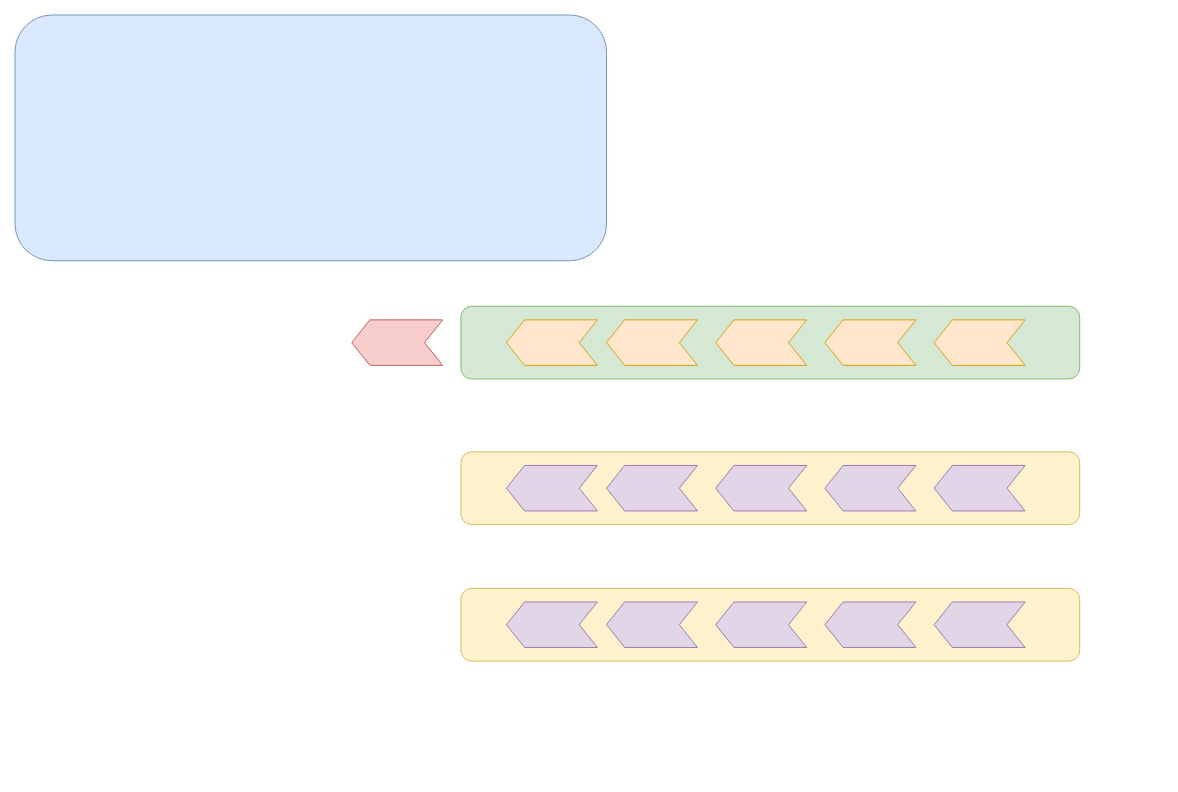
The draw.io diagram src/AQS.drawio in Cygnus-Chen/draw.io, before the edit. Source tidied: cells renumbered, new cells numbered last; positions are measured from the earlier drawing's top-left corner, leaving out a move shared by most shapes. Both pictures are drawn from the tidied source at 91%, with x=0, y=0 at pixel (15, 15).
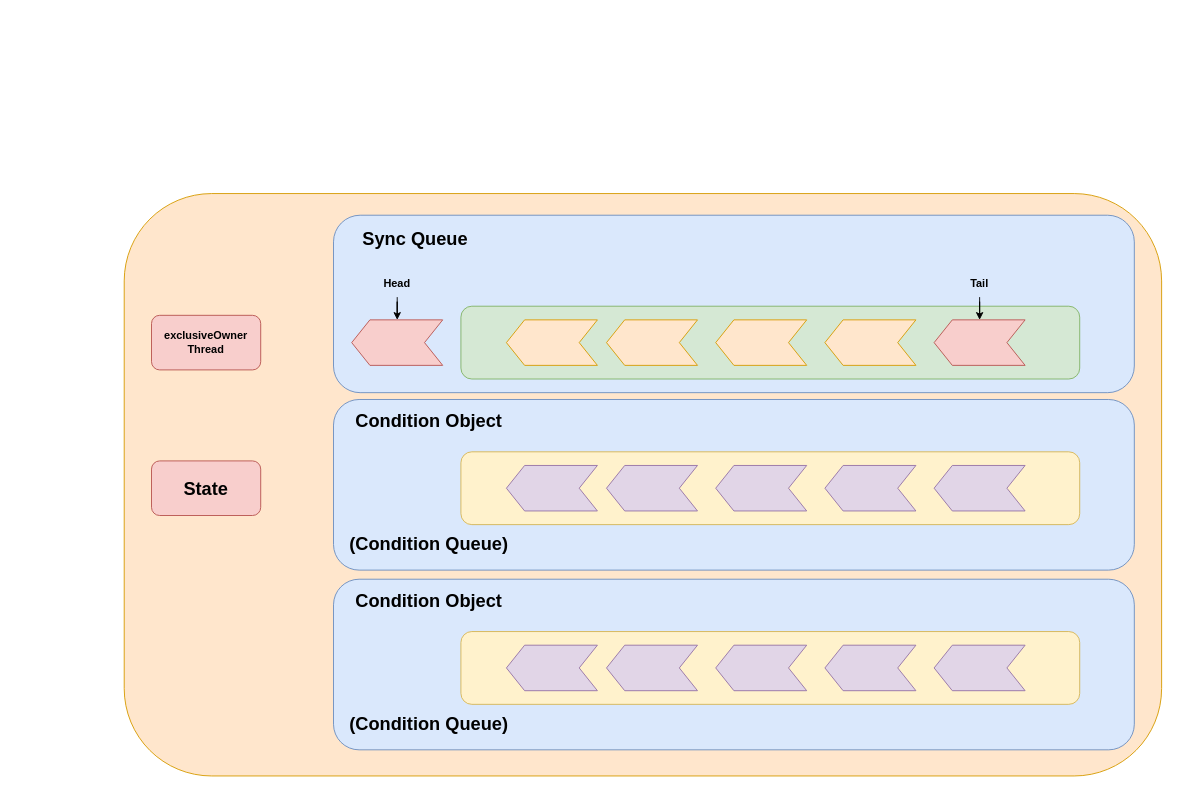
The same page after the edit.

Unchanged cells that the change refers to:
```xml
<mxCell id="9" style="shape=step;perimeter=stepPerimeter;whiteSpace=wrap;html=1;fixedSize=1;direction=west;fillColor=#f8cecc;strokeColor=#b85450;" parent="1" vertex="1">
  <mxGeometry x="370" y="335" width="100" height="50" as="geometry" />
</mxCell>
```

The edit, as a diff of the source:
```diff
@@
+    <mxCell id="22" style="rounded=1;whiteSpace=wrap;html=1;fillColor=#ffe6cc;strokeColor=#d79b00;" parent="1" vertex="1">
+      <mxGeometry x="120" y="196.2" width="1140" height="640" as="geometry" />
+    </mxCell>
+    <mxCell id="23" style="rounded=1;whiteSpace=wrap;html=1;fillColor=#dae8fc;strokeColor=#6c8ebf;" parent="1" vertex="1">
+      <mxGeometry x="350" y="422.5" width="880" height="187.5" as="geometry" />
+    </mxCell>
     <mxCell id="2" style="rounded=1;whiteSpace=wrap;html=1;fillColor=#dae8fc;strokeColor=#6c8ebf;" parent="1" vertex="1">
-      <mxGeometry width="650" height="270" as="geometry" />
+      <mxGeometry x="350" y="220" width="880" height="195" as="geometry" />
     </mxCell>
@@
-    <mxCell id="8" style="shape=step;perimeter=stepPerimeter;whiteSpace=wrap;html=1;fixedSize=1;direction=west;fillColor=#ffe6cc;strokeColor=#d79b00;" parent="1" vertex="1">
+    <mxCell id="8" style="shape=step;perimeter=stepPerimeter;whiteSpace=wrap;html=1;fixedSize=1;direction=west;fillColor=#f8cecc;strokeColor=#b85450;" parent="1" vertex="1">
       <mxGeometry x="1010" y="335" width="100" height="50" as="geometry" />
     </mxCell>
@@
-    <mxCell id="16" style="rounded=1;whiteSpace=wrap;html=1;fillColor=#fff2cc;strokeColor=#d6b656;" parent="1" vertex="1">
-      <mxGeometry x="490" y="630" width="680" height="80" as="geometry" />
-    </mxCell>
-    <mxCell id="17" style="shape=step;perimeter=stepPerimeter;whiteSpace=wrap;html=1;fixedSize=1;direction=west;fillColor=#e1d5e7;strokeColor=#9673a6;" parent="1" vertex="1">
-      <mxGeometry x="540" y="645" width="100" height="50" as="geometry" />
-    </mxCell>
-    <mxCell id="18" style="shape=step;perimeter=stepPerimeter;whiteSpace=wrap;html=1;fixedSize=1;direction=west;fillColor=#e1d5e7;strokeColor=#9673a6;" parent="1" vertex="1">
-      <mxGeometry x="650" y="645" width="100" height="50" as="geometry" />
-    </mxCell>
-    <mxCell id="19" style="shape=step;perimeter=stepPerimeter;whiteSpace=wrap;html=1;fixedSize=1;direction=west;fillColor=#e1d5e7;strokeColor=#9673a6;" parent="1" vertex="1">
-      <mxGeometry x="770" y="645" width="100" height="50" as="geometry" />
-    </mxCell>
-    <mxCell id="20" style="shape=step;perimeter=stepPerimeter;whiteSpace=wrap;html=1;fixedSize=1;direction=west;fillColor=#e1d5e7;strokeColor=#9673a6;" parent="1" vertex="1">
-      <mxGeometry x="890" y="645" width="100" height="50" as="geometry" />
-    </mxCell>
-    <mxCell id="21" style="shape=step;perimeter=stepPerimeter;whiteSpace=wrap;html=1;fixedSize=1;direction=west;fillColor=#e1d5e7;strokeColor=#9673a6;" parent="1" vertex="1">
-      <mxGeometry x="1010" y="645" width="100" height="50" as="geometry" />
-    </mxCell>
+    <mxCell id="24" value="&lt;font style=&quot;font-size: 20px;&quot;&gt;&lt;b&gt;Sync Queue&lt;br&gt;&lt;/b&gt;&lt;/font&gt;" style="text;strokeColor=none;align=center;fillColor=none;html=1;verticalAlign=middle;whiteSpace=wrap;rounded=0;" parent="1" vertex="1">
+      <mxGeometry x="370" y="230" width="140" height="30" as="geometry" />
+    </mxCell>
+    <mxCell id="25" style="edgeStyle=orthogonalEdgeStyle;rounded=0;jettySize=auto;html=1;entryX=0.5;entryY=1;entryDx=0;entryDy=0;" parent="1" edge="1" source="26" target="9">
+      <mxGeometry relative="1" as="geometry" />
+    </mxCell>
+    <mxCell id="26" value="&lt;b&gt;Head&lt;br&gt;&lt;/b&gt;" style="text;strokeColor=none;align=center;fillColor=none;html=1;verticalAlign=middle;whiteSpace=wrap;rounded=0;" parent="1" vertex="1">
+      <mxGeometry x="350" y="280" width="140" height="30" as="geometry" />
+    </mxCell>
+    <mxCell id="27" style="edgeStyle=orthogonalEdgeStyle;rounded=0;jettySize=auto;html=1;" parent="1" edge="1" source="28" target="8">
+      <mxGeometry relative="1" as="geometry" />
+    </mxCell>
+    <mxCell id="28" value="&lt;b&gt;Tail&lt;/b&gt;" style="text;strokeColor=none;align=center;fillColor=none;html=1;verticalAlign=middle;whiteSpace=wrap;rounded=0;" parent="1" vertex="1">
+      <mxGeometry x="990" y="280" width="140" height="30" as="geometry" />
+    </mxCell>
+    <mxCell id="29" value="&lt;font style=&quot;font-size: 20px;&quot;&gt;&lt;b&gt;Condition Object&lt;br&gt;&lt;/b&gt;&lt;/font&gt;" style="text;strokeColor=none;align=center;fillColor=none;html=1;verticalAlign=middle;whiteSpace=wrap;rounded=0;" parent="1" vertex="1">
+      <mxGeometry x="370" y="430" width="170" height="30" as="geometry" />
+    </mxCell>
+    <mxCell id="30" value="&lt;font style=&quot;font-size: 20px;&quot;&gt;&lt;b&gt;(Condition Queue)&lt;/b&gt;&lt;/font&gt;" style="text;strokeColor=none;align=center;fillColor=none;html=1;verticalAlign=middle;whiteSpace=wrap;rounded=0;" parent="1" vertex="1">
+      <mxGeometry x="355" y="565" width="200" height="30" as="geometry" />
+    </mxCell>
+    <mxCell id="31" style="rounded=1;whiteSpace=wrap;html=1;fillColor=#dae8fc;strokeColor=#6c8ebf;" parent="1" vertex="1">
+      <mxGeometry x="350" y="620" width="880" height="187.5" as="geometry" />
+    </mxCell>
+    <mxCell id="32" style="rounded=1;whiteSpace=wrap;html=1;fillColor=#fff2cc;strokeColor=#d6b656;" parent="1" vertex="1">
+      <mxGeometry x="490" y="677.5" width="680" height="80" as="geometry" />
+    </mxCell>
+    <mxCell id="33" style="shape=step;perimeter=stepPerimeter;whiteSpace=wrap;html=1;fixedSize=1;direction=west;fillColor=#e1d5e7;strokeColor=#9673a6;" parent="1" vertex="1">
+      <mxGeometry x="540" y="692.5" width="100" height="50" as="geometry" />
+    </mxCell>
+    <mxCell id="34" style="shape=step;perimeter=stepPerimeter;whiteSpace=wrap;html=1;fixedSize=1;direction=west;fillColor=#e1d5e7;strokeColor=#9673a6;" parent="1" vertex="1">
+      <mxGeometry x="650" y="692.5" width="100" height="50" as="geometry" />
+    </mxCell>
+    <mxCell id="35" style="shape=step;perimeter=stepPerimeter;whiteSpace=wrap;html=1;fixedSize=1;direction=west;fillColor=#e1d5e7;strokeColor=#9673a6;" parent="1" vertex="1">
+      <mxGeometry x="770" y="692.5" width="100" height="50" as="geometry" />
+    </mxCell>
+    <mxCell id="36" style="shape=step;perimeter=stepPerimeter;whiteSpace=wrap;html=1;fixedSize=1;direction=west;fillColor=#e1d5e7;strokeColor=#9673a6;" parent="1" vertex="1">
+      <mxGeometry x="890" y="692.5" width="100" height="50" as="geometry" />
+    </mxCell>
+    <mxCell id="37" style="shape=step;perimeter=stepPerimeter;whiteSpace=wrap;html=1;fixedSize=1;direction=west;fillColor=#e1d5e7;strokeColor=#9673a6;" parent="1" vertex="1">
+      <mxGeometry x="1010" y="692.5" width="100" height="50" as="geometry" />
+    </mxCell>
+    <mxCell id="38" value="&lt;font style=&quot;font-size: 20px;&quot;&gt;&lt;b&gt;Condition Object&lt;br&gt;&lt;/b&gt;&lt;/font&gt;" style="text;strokeColor=none;align=center;fillColor=none;html=1;verticalAlign=middle;whiteSpace=wrap;rounded=0;" parent="1" vertex="1">
+      <mxGeometry x="370" y="627.5" width="170" height="30" as="geometry" />
+    </mxCell>
+    <mxCell id="39" value="&lt;font style=&quot;font-size: 20px;&quot;&gt;&lt;b&gt;(Condition Queue)&lt;/b&gt;&lt;/font&gt;" style="text;strokeColor=none;align=center;fillColor=none;html=1;verticalAlign=middle;whiteSpace=wrap;rounded=0;" parent="1" vertex="1">
+      <mxGeometry x="355" y="762.5" width="200" height="30" as="geometry" />
+    </mxCell>
+    <mxCell id="40" value="&lt;b&gt;&lt;font style=&quot;font-size: 20px;&quot;&gt;State&lt;/font&gt;&lt;/b&gt;" style="rounded=1;whiteSpace=wrap;html=1;fillColor=#f8cecc;strokeColor=#b85450;" parent="1" vertex="1">
+      <mxGeometry x="150" y="490" width="120" height="60" as="geometry" />
+    </mxCell>
+    <mxCell id="41" style="rounded=1;whiteSpace=wrap;html=1;fillColor=#f8cecc;strokeColor=#b85450;" parent="1" vertex="1">
+      <mxGeometry x="150" y="330" width="120" height="60" as="geometry" />
+    </mxCell>
+    <mxCell id="42" value="&lt;b&gt;exclusiveOwner&lt;br&gt;Thread&lt;/b&gt;" style="text;strokeColor=none;align=center;fillColor=none;html=1;verticalAlign=middle;whiteSpace=wrap;rounded=0;" parent="1" vertex="1">
+      <mxGeometry x="160" y="345" width="100" height="30" as="geometry" />
+    </mxCell>
```
